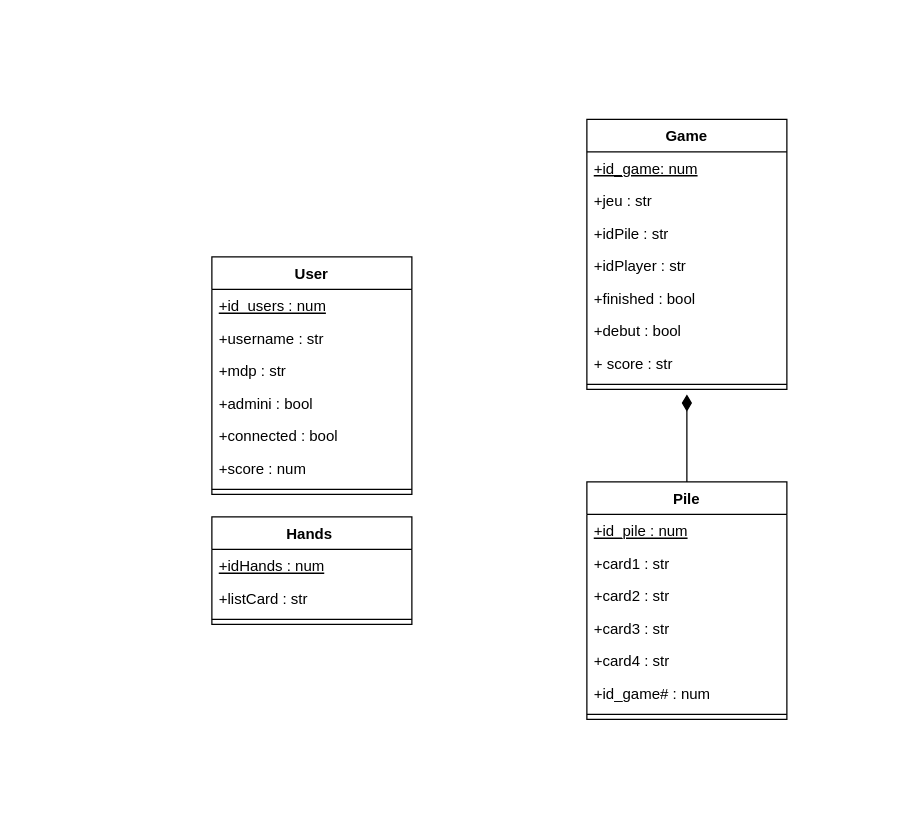
Above: Diagrams/MPD.drawio in MailineN/ProjetInfo2A (draw.io), before the change. Source tidied: cells renumbered, new cells numbered last; positions are measured from the earlier drawing's top-left corner, leaving out a move shared by most shapes. Both pictures are drawn from the tidied source at 125%, with x=0, y=0 at pixel (211, 119).
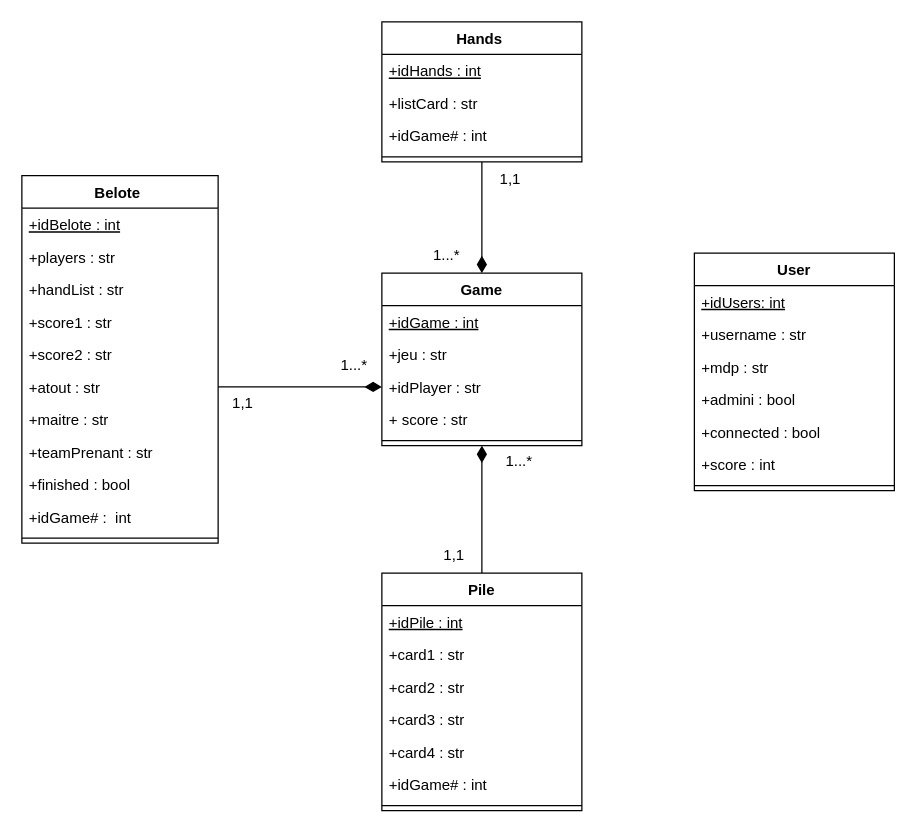
After the change.

What changed in the source:
```diff
@@
     <mxCell id="2" value="User" style="swimlane;fontStyle=1;align=center;verticalAlign=top;horizontal=1;startSize=26;" parent="1" vertex="1">
-      <mxGeometry y="110" width="160" height="190" as="geometry" />
+      <mxGeometry x="386" y="107" width="160" height="190" as="geometry" />
     </mxCell>
-    <mxCell id="3" value="+id_users : num" style="text;strokeColor=none;fillColor=none;align=left;verticalAlign=top;spacingLeft=4;spacingRight=4;overflow=hidden;fontStyle=4;" parent="2" vertex="1">
+    <mxCell id="3" value="+idUsers: int" style="text;strokeColor=none;fillColor=none;align=left;verticalAlign=top;spacingLeft=4;spacingRight=4;overflow=hidden;fontStyle=4;" parent="2" vertex="1">
       <mxGeometry y="26" width="160" height="26" as="geometry" />
     </mxCell>
@@
-    <mxCell id="8" value="+score : num" style="text;strokeColor=none;fillColor=none;align=left;verticalAlign=top;spacingLeft=4;spacingRight=4;overflow=hidden;" parent="2" vertex="1">
+    <mxCell id="8" value="+score : int" style="text;strokeColor=none;fillColor=none;align=left;verticalAlign=top;spacingLeft=4;spacingRight=4;overflow=hidden;" parent="2" vertex="1">
       <mxGeometry y="156" width="160" height="26" as="geometry" />
     </mxCell>
@@
-    <mxCell id="10" style="edgeStyle=orthogonalEdgeStyle;rounded=0;jettySize=auto;html=1;exitX=0.5;exitY=0;exitDx=0;exitDy=0;endArrow=diamondThin;endFill=1;startSize=13;endSize=11;" parent="1" edge="1" source="11">
-      <mxGeometry relative="1" as="geometry">
-        <mxPoint x="380" y="220" as="targetPoint" />
-      </mxGeometry>
+    <mxCell id="10" style="edgeStyle=orthogonalEdgeStyle;rounded=0;jettySize=auto;html=1;exitX=0.5;exitY=0;exitDx=0;exitDy=0;endArrow=diamondThin;endFill=1;startSize=13;endSize=11;entryX=0.5;entryY=1;entryDx=0;entryDy=0;" parent="1" edge="1" source="11" target="19">
+      <mxGeometry relative="1" as="geometry" />
     </mxCell>
     <mxCell id="11" value="Pile" style="swimlane;fontStyle=1;align=center;verticalAlign=top;horizontal=1;startSize=26;" parent="1" vertex="1">
-      <mxGeometry x="300" y="290" width="160" height="190" as="geometry" />
+      <mxGeometry x="136" y="363" width="160" height="190" as="geometry" />
     </mxCell>
-    <mxCell id="12" value="+id_pile : num" style="text;strokeColor=none;fillColor=none;align=left;verticalAlign=top;spacingLeft=4;spacingRight=4;overflow=hidden;fontStyle=4;" parent="11" vertex="1">
+    <mxCell id="12" value="+idPile : int" style="text;strokeColor=none;fillColor=none;align=left;verticalAlign=top;spacingLeft=4;spacingRight=4;overflow=hidden;fontStyle=4;" parent="11" vertex="1">
       <mxGeometry y="26" width="160" height="26" as="geometry" />
     </mxCell>
@@
-    <mxCell id="17" value="+id_game# : num" style="text;strokeColor=none;fillColor=none;align=left;verticalAlign=top;spacingLeft=4;spacingRight=4;overflow=hidden;" parent="11" vertex="1">
+    <mxCell id="17" value="+idGame# : int" style="text;strokeColor=none;fillColor=none;align=left;verticalAlign=top;spacingLeft=4;spacingRight=4;overflow=hidden;" parent="11" vertex="1">
       <mxGeometry y="156" width="160" height="26" as="geometry" />
     </mxCell>
@@
     <mxCell id="19" value="Game" style="swimlane;fontStyle=1;align=center;verticalAlign=top;horizontal=1;startSize=26;" parent="1" vertex="1">
-      <mxGeometry x="300" width="160" height="216" as="geometry" />
+      <mxGeometry x="136" y="123" width="160" height="138" as="geometry" />
     </mxCell>
-    <mxCell id="20" value="+id_game: num" style="text;strokeColor=none;fillColor=none;align=left;verticalAlign=top;spacingLeft=4;spacingRight=4;overflow=hidden;fontStyle=4;" parent="19" vertex="1">
+    <mxCell id="20" value="+idGame : int" style="text;strokeColor=none;fillColor=none;align=left;verticalAlign=top;spacingLeft=4;spacingRight=4;overflow=hidden;fontStyle=4;" parent="19" vertex="1">
       <mxGeometry y="26" width="160" height="26" as="geometry" />
     </mxCell>
@@
-    <mxCell id="22" value="+idPile : str" style="text;strokeColor=none;fillColor=none;align=left;verticalAlign=top;spacingLeft=4;spacingRight=4;overflow=hidden;" parent="19" vertex="1">
-      <mxGeometry y="78" width="160" height="26" as="geometry" />
-    </mxCell>
     <mxCell id="23" value="+idPlayer : str" style="text;strokeColor=none;fillColor=none;align=left;verticalAlign=top;spacingLeft=4;spacingRight=4;overflow=hidden;points=[[0,0.5],[1,0.5]];portConstraint=eastwest;" parent="19" vertex="1">
-      <mxGeometry y="104" width="160" height="26" as="geometry" />
+      <mxGeometry y="78" width="160" height="26" as="geometry" />
     </mxCell>
-    <mxCell id="24" value="+finished : bool" style="text;strokeColor=none;fillColor=none;align=left;verticalAlign=top;spacingLeft=4;spacingRight=4;overflow=hidden;" parent="19" vertex="1">
-      <mxGeometry y="130" width="160" height="26" as="geometry" />
-    </mxCell>
-    <mxCell id="25" value="+debut : bool" style="text;strokeColor=none;fillColor=none;align=left;verticalAlign=top;spacingLeft=4;spacingRight=4;overflow=hidden;" parent="19" vertex="1">
-      <mxGeometry y="156" width="160" height="26" as="geometry" />
-    </mxCell>
     <mxCell id="26" value="+ score : str" style="text;strokeColor=none;fillColor=none;align=left;verticalAlign=top;spacingLeft=4;spacingRight=4;overflow=hidden;" parent="19" vertex="1">
-      <mxGeometry y="182" width="160" height="26" as="geometry" />
+      <mxGeometry y="104" width="160" height="26" as="geometry" />
     </mxCell>
     <mxCell id="27" style="line;strokeWidth=1;fillColor=none;align=left;verticalAlign=middle;spacingTop=-1;spacingLeft=3;spacingRight=3;labelPosition=right;" parent="19" vertex="1">
-      <mxGeometry y="208" width="160" height="8" as="geometry" />
+      <mxGeometry y="130" width="160" height="8" as="geometry" />
     </mxCell>
+    <mxCell id="32" style="edgeStyle=orthogonalEdgeStyle;rounded=0;jettySize=auto;html=1;exitX=0.5;exitY=1;exitDx=0;exitDy=0;endArrow=diamondThin;endFill=1;endSize=11;" parent="1" edge="1" source="28" target="19">
+      <mxGeometry relative="1" as="geometry" />
+    </mxCell>
     <mxCell id="28" value="Hands " style="swimlane;fontStyle=1;align=center;verticalAlign=top;horizontal=1;startSize=26;" parent="1" vertex="1">
-      <mxGeometry y="318" width="160" height="86" as="geometry" />
+      <mxGeometry x="136" y="-78" width="160" height="112" as="geometry" />
     </mxCell>
-    <mxCell id="29" value="+idHands : num" style="text;strokeColor=none;fillColor=none;align=left;verticalAlign=top;spacingLeft=4;spacingRight=4;overflow=hidden;fontStyle=4;" parent="28" vertex="1">
+    <mxCell id="29" value="+idHands : int" style="text;strokeColor=none;fillColor=none;align=left;verticalAlign=top;spacingLeft=4;spacingRight=4;overflow=hidden;fontStyle=4;" parent="28" vertex="1">
       <mxGeometry y="26" width="160" height="26" as="geometry" />
     </mxCell>
@@
+    <mxCell id="33" value="+idGame# : int" style="text;strokeColor=none;fillColor=none;align=left;verticalAlign=top;spacingLeft=4;spacingRight=4;overflow=hidden;" parent="28" vertex="1">
+      <mxGeometry y="78" width="160" height="26" as="geometry" />
+    </mxCell>
     <mxCell id="31" style="line;strokeWidth=1;fillColor=none;align=left;verticalAlign=middle;spacingTop=-1;spacingLeft=3;spacingRight=3;labelPosition=right;" parent="28" vertex="1">
-      <mxGeometry y="78" width="160" height="8" as="geometry" />
+      <mxGeometry y="104" width="160" height="8" as="geometry" />
     </mxCell>
+    <mxCell id="34" value="Belote " style="swimlane;fontStyle=1;align=center;verticalAlign=top;horizontal=1;startSize=26;" parent="1" vertex="1">
+      <mxGeometry x="-152" y="45" width="157" height="294" as="geometry" />
+    </mxCell>
+    <mxCell id="35" value="+idBelote : int" style="text;strokeColor=none;fillColor=none;align=left;verticalAlign=top;spacingLeft=4;spacingRight=4;overflow=hidden;fontStyle=4;" parent="34" vertex="1">
+      <mxGeometry y="26" width="157" height="26" as="geometry" />
+    </mxCell>
+    <mxCell id="36" value="+players : str" style="text;strokeColor=none;fillColor=none;align=left;verticalAlign=top;spacingLeft=4;spacingRight=4;overflow=hidden;" parent="34" vertex="1">
+      <mxGeometry y="52" width="157" height="26" as="geometry" />
+    </mxCell>
+    <mxCell id="37" value="+handList : str" style="text;strokeColor=none;fillColor=none;align=left;verticalAlign=top;spacingLeft=4;spacingRight=4;overflow=hidden;" parent="34" vertex="1">
+      <mxGeometry y="78" width="157" height="26" as="geometry" />
+    </mxCell>
+    <mxCell id="38" value="+score1 : str" style="text;strokeColor=none;fillColor=none;align=left;verticalAlign=top;spacingLeft=4;spacingRight=4;overflow=hidden;" parent="34" vertex="1">
+      <mxGeometry y="104" width="157" height="26" as="geometry" />
+    </mxCell>
+    <mxCell id="39" value="+score2 : str" style="text;strokeColor=none;fillColor=none;align=left;verticalAlign=top;spacingLeft=4;spacingRight=4;overflow=hidden;" parent="34" vertex="1">
+      <mxGeometry y="130" width="157" height="26" as="geometry" />
+    </mxCell>
+    <mxCell id="40" value="+atout : str" style="text;strokeColor=none;fillColor=none;align=left;verticalAlign=top;spacingLeft=4;spacingRight=4;overflow=hidden;points=[[0,0.5],[1,0.5]];portConstraint=eastwest;" parent="34" vertex="1">
+      <mxGeometry y="156" width="157" height="26" as="geometry" />
+    </mxCell>
+    <mxCell id="41" value="+maitre : str" style="text;strokeColor=none;fillColor=none;align=left;verticalAlign=top;spacingLeft=4;spacingRight=4;overflow=hidden;" parent="34" vertex="1">
+      <mxGeometry y="182" width="157" height="26" as="geometry" />
+    </mxCell>
+    <mxCell id="42" value="+teamPrenant : str" style="text;strokeColor=none;fillColor=none;align=left;verticalAlign=top;spacingLeft=4;spacingRight=4;overflow=hidden;" parent="34" vertex="1">
+      <mxGeometry y="208" width="157" height="26" as="geometry" />
+    </mxCell>
+    <mxCell id="24" value="+finished : bool" style="text;strokeColor=none;fillColor=none;align=left;verticalAlign=top;spacingLeft=4;spacingRight=4;overflow=hidden;" parent="34" vertex="1">
+      <mxGeometry y="234" width="157" height="26" as="geometry" />
+    </mxCell>
+    <mxCell id="43" value="+idGame# :  int" style="text;strokeColor=none;fillColor=none;align=left;verticalAlign=top;spacingLeft=4;spacingRight=4;overflow=hidden;" parent="34" vertex="1">
+      <mxGeometry y="260" width="157" height="26" as="geometry" />
+    </mxCell>
+    <mxCell id="44" style="line;strokeWidth=1;fillColor=none;align=left;verticalAlign=middle;spacingTop=-1;spacingLeft=3;spacingRight=3;labelPosition=right;" parent="34" vertex="1">
+      <mxGeometry y="286" width="157" height="8" as="geometry" />
+    </mxCell>
+    <mxCell id="45" style="edgeStyle=orthogonalEdgeStyle;rounded=0;jettySize=auto;html=1;exitX=1;exitY=0.5;exitDx=0;exitDy=0;entryX=0;entryY=0.5;entryDx=0;entryDy=0;endArrow=diamondThin;endFill=1;startSize=13;endSize=11;" parent="1" edge="1" source="40" target="23">
+      <mxGeometry relative="1" as="geometry" />
+    </mxCell>
+    <mxCell id="46" value="1...*" style="text;html=1;strokeColor=none;fillColor=none;align=center;verticalAlign=middle;whiteSpace=wrap;rounded=0;" parent="1" vertex="1">
+      <mxGeometry x="168" y="99" width="40" height="20" as="geometry" />
+    </mxCell>
+    <mxCell id="47" value="1...*" style="text;html=1;strokeColor=none;fillColor=none;align=center;verticalAlign=middle;whiteSpace=wrap;rounded=0;" parent="1" vertex="1">
+      <mxGeometry x="94" y="187" width="40" height="20" as="geometry" />
+    </mxCell>
+    <mxCell id="48" value="1...*" style="text;html=1;strokeColor=none;fillColor=none;align=center;verticalAlign=middle;whiteSpace=wrap;rounded=0;" parent="1" vertex="1">
+      <mxGeometry x="226" y="264" width="40" height="20" as="geometry" />
+    </mxCell>
+    <mxCell id="49" value="1,1" style="text;html=1;strokeColor=none;fillColor=none;align=center;verticalAlign=middle;whiteSpace=wrap;rounded=0;" parent="1" vertex="1">
+      <mxGeometry x="174" y="339" width="40" height="20" as="geometry" />
+    </mxCell>
+    <mxCell id="50" value="1,1" style="text;html=1;strokeColor=none;fillColor=none;align=center;verticalAlign=middle;whiteSpace=wrap;rounded=0;" parent="1" vertex="1">
+      <mxGeometry x="5" y="217" width="40" height="20" as="geometry" />
+    </mxCell>
+    <mxCell id="51" value="1,1" style="text;html=1;strokeColor=none;fillColor=none;align=center;verticalAlign=middle;whiteSpace=wrap;rounded=0;" parent="1" vertex="1">
+      <mxGeometry x="219" y="38" width="40" height="20" as="geometry" />
+    </mxCell>
```
